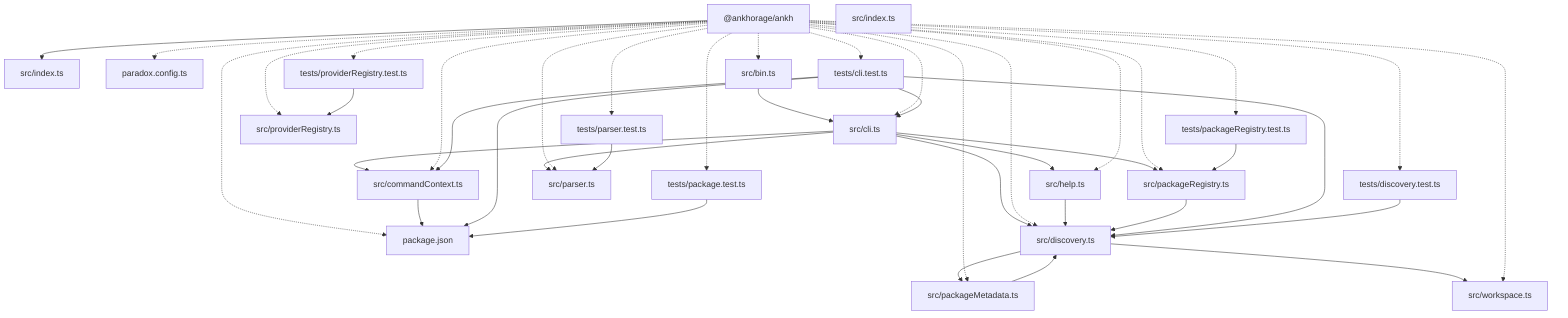
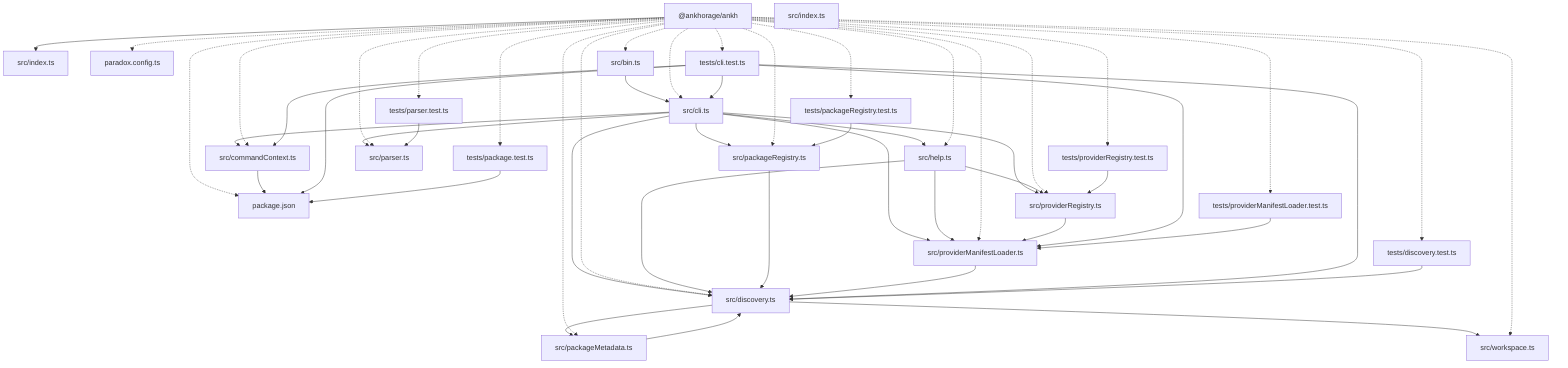
graph TD
  package__ankhorage_ankh["@ankhorage/ankh"]
  entrypoint_src_index_ts["src/index.ts"]
  package__ankhorage_ankh --> entrypoint_src_index_ts
  module_package_json["package.json"]
  package__ankhorage_ankh -.-> module_package_json
  module_paradox_config_ts["paradox.config.ts"]
  package__ankhorage_ankh -.-> module_paradox_config_ts
  module_src_bin_ts["src/bin.ts"]
  package__ankhorage_ankh -.-> module_src_bin_ts
  module_src_bin_ts --> module_src_cli_ts
  module_src_cli_ts["src/cli.ts"]
  package__ankhorage_ankh -.-> module_src_cli_ts
  module_src_cli_ts --> module_src_commandContext_ts
  module_src_cli_ts --> module_src_discovery_ts
  module_src_cli_ts --> module_src_help_ts
  module_src_cli_ts --> module_src_packageRegistry_ts
  module_src_cli_ts --> module_src_parser_ts
+   module_src_cli_ts --> module_src_providerManifestLoader_ts
+   module_src_cli_ts --> module_src_providerRegistry_ts
  module_src_commandContext_ts["src/commandContext.ts"]
  package__ankhorage_ankh -.-> module_src_commandContext_ts
  module_src_commandContext_ts --> module_package_json
  module_src_discovery_ts["src/discovery.ts"]
  package__ankhorage_ankh -.-> module_src_discovery_ts
  module_src_discovery_ts --> module_src_packageMetadata_ts
  module_src_discovery_ts --> module_src_workspace_ts
  module_src_help_ts["src/help.ts"]
  package__ankhorage_ankh -.-> module_src_help_ts
  module_src_help_ts --> module_src_discovery_ts
+   module_src_help_ts --> module_src_providerManifestLoader_ts
+   module_src_help_ts --> module_src_providerRegistry_ts
  module_src_index_ts["src/index.ts"]
  module_src_packageMetadata_ts["src/packageMetadata.ts"]
  package__ankhorage_ankh -.-> module_src_packageMetadata_ts
  module_src_packageMetadata_ts --> module_src_discovery_ts
  module_src_packageRegistry_ts["src/packageRegistry.ts"]
  package__ankhorage_ankh -.-> module_src_packageRegistry_ts
  module_src_packageRegistry_ts --> module_src_discovery_ts
  module_src_parser_ts["src/parser.ts"]
  package__ankhorage_ankh -.-> module_src_parser_ts
+   module_src_providerManifestLoader_ts["src/providerManifestLoader.ts"]
+   package__ankhorage_ankh -.-> module_src_providerManifestLoader_ts
+   module_src_providerManifestLoader_ts --> module_src_discovery_ts
  module_src_providerRegistry_ts["src/providerRegistry.ts"]
  package__ankhorage_ankh -.-> module_src_providerRegistry_ts
+   module_src_providerRegistry_ts --> module_src_providerManifestLoader_ts
  module_src_workspace_ts["src/workspace.ts"]
  package__ankhorage_ankh -.-> module_src_workspace_ts
  module_tests_cli_test_ts["tests/cli.test.ts"]
  package__ankhorage_ankh -.-> module_tests_cli_test_ts
  module_tests_cli_test_ts --> module_package_json
  module_tests_cli_test_ts --> module_src_cli_ts
  module_tests_cli_test_ts --> module_src_commandContext_ts
  module_tests_cli_test_ts --> module_src_discovery_ts
+   module_tests_cli_test_ts --> module_src_providerManifestLoader_ts
  module_tests_discovery_test_ts["tests/discovery.test.ts"]
  package__ankhorage_ankh -.-> module_tests_discovery_test_ts
  module_tests_discovery_test_ts --> module_src_discovery_ts
  module_tests_package_test_ts["tests/package.test.ts"]
  package__ankhorage_ankh -.-> module_tests_package_test_ts
  module_tests_package_test_ts --> module_package_json
  module_tests_packageRegistry_test_ts["tests/packageRegistry.test.ts"]
  package__ankhorage_ankh -.-> module_tests_packageRegistry_test_ts
  module_tests_packageRegistry_test_ts --> module_src_packageRegistry_ts
  module_tests_parser_test_ts["tests/parser.test.ts"]
  package__ankhorage_ankh -.-> module_tests_parser_test_ts
  module_tests_parser_test_ts --> module_src_parser_ts
+   module_tests_providerManifestLoader_test_ts["tests/providerManifestLoader.test.ts"]
+   package__ankhorage_ankh -.-> module_tests_providerManifestLoader_test_ts
+   module_tests_providerManifestLoader_test_ts --> module_src_providerManifestLoader_ts
  module_tests_providerRegistry_test_ts["tests/providerRegistry.test.ts"]
  package__ankhorage_ankh -.-> module_tests_providerRegistry_test_ts
  module_tests_providerRegistry_test_ts --> module_src_providerRegistry_ts
